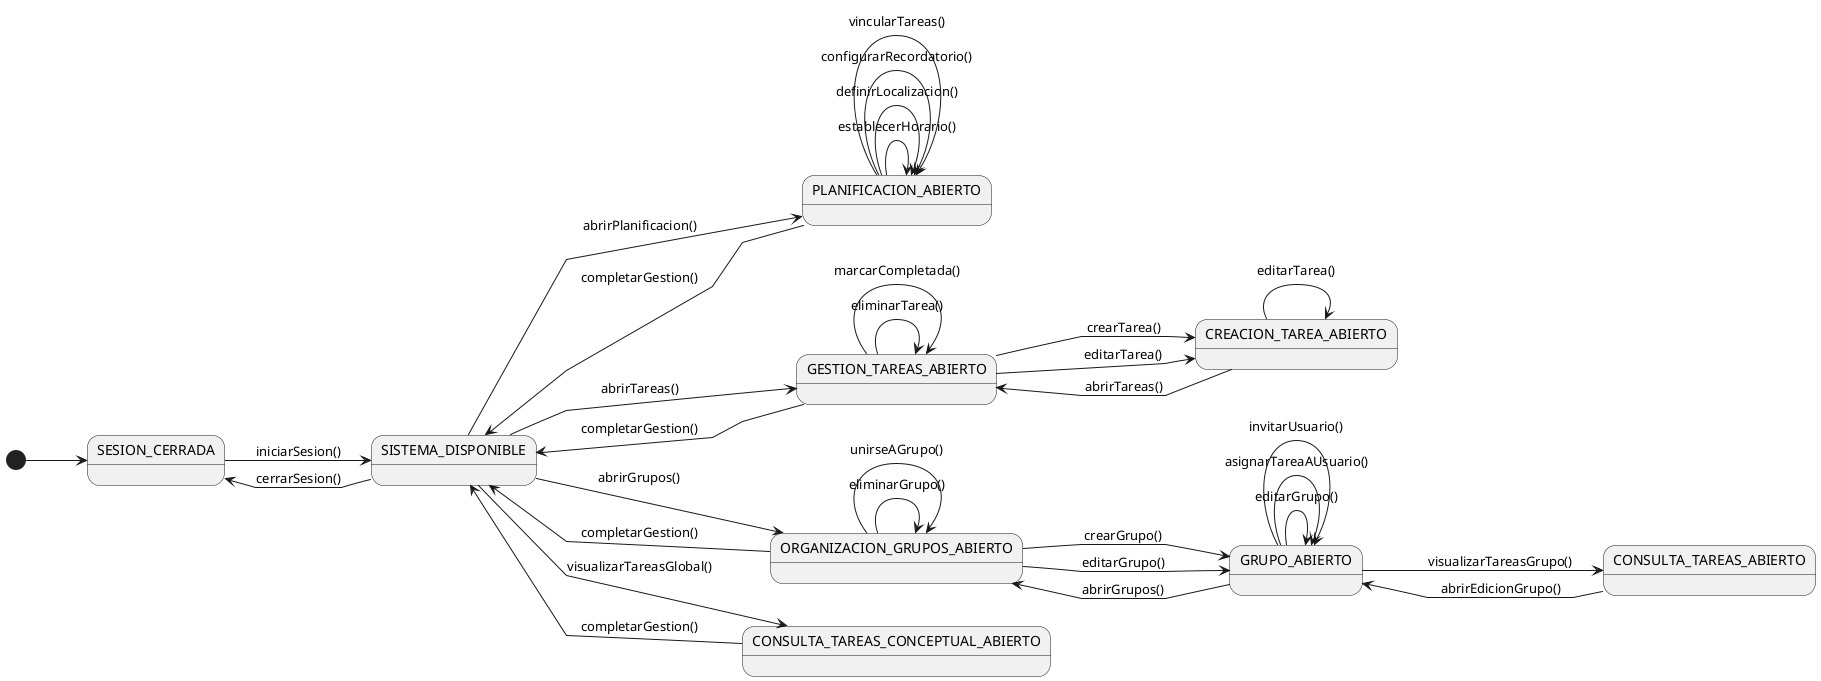
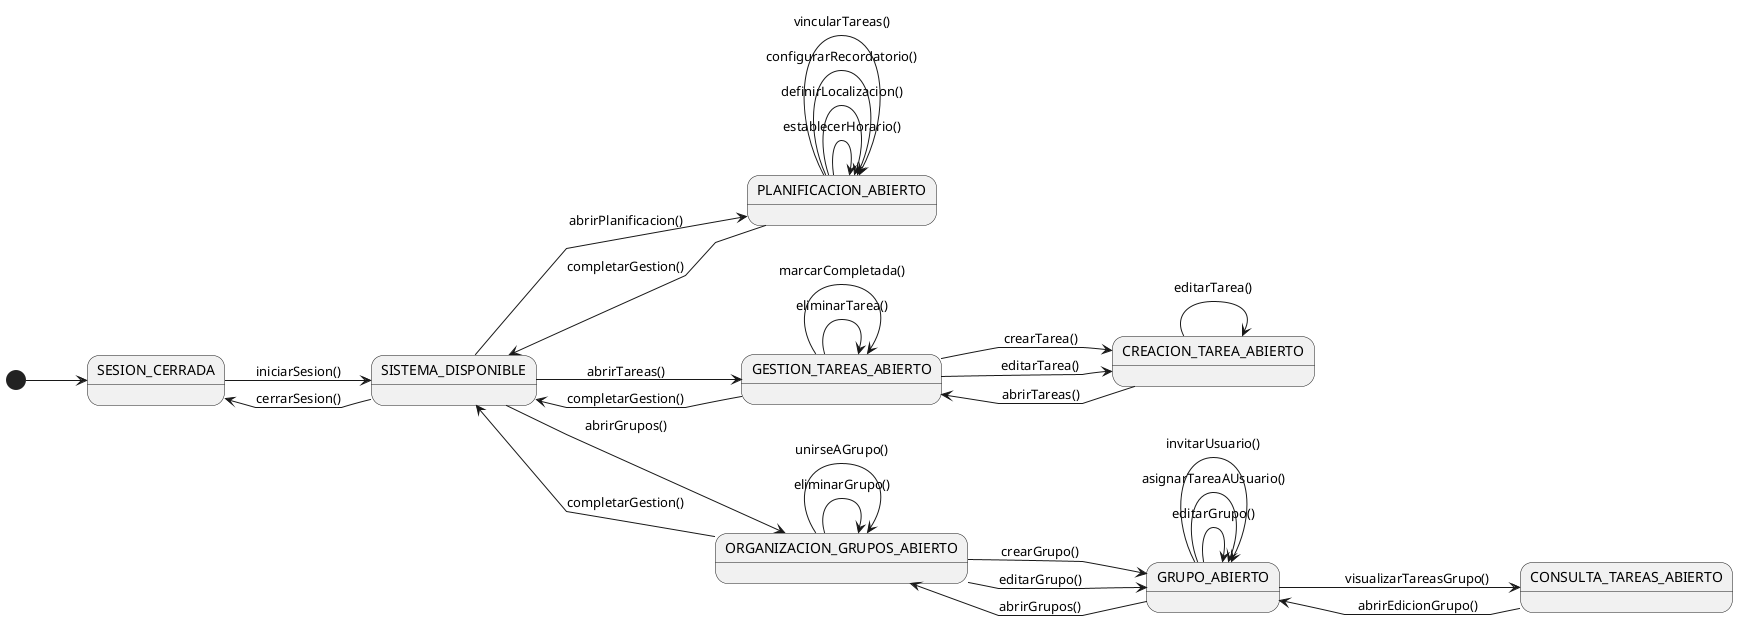
@startuml DiagramaContextoAdmin
left to right direction
skinparam linetype polyline

state "SESION_CERRADA" as NoAuth
state "SISTEMA_DISPONIBLE" as Menu

state "PLANIFICACION_ABIERTO" as Planificacion

state "GESTION_TAREAS_ABIERTO" as ListProgramas
state "CREACION_TAREA_ABIERTO" as EditPrograma

state "ORGANIZACION_GRUPOS_ABIERTO" as ListGrupos
state "GRUPO_ABIERTO" as EditGrupo
state "CONSULTA_TAREAS_ABIERTO" as EditConsultaTareas

- state "CONSULTA_TAREAS_CONCEPTUAL_ABIERTO" as ReadConsultaTareas

[*] --> NoAuth

NoAuth --> Menu : iniciarSesion()

Menu --> NoAuth : cerrarSesion()
Menu --> ListProgramas: abrirTareas()
Menu --> ListGrupos: abrirGrupos()
Menu --> Planificacion: abrirPlanificacion()
- Menu --> ReadConsultaTareas: visualizarTareasGlobal()

Planificacion --> Planificacion: establecerHorario()
Planificacion --> Planificacion: definirLocalizacion()
Planificacion --> Planificacion: configurarRecordatorio()
Planificacion --> Planificacion: vincularTareas()

ListProgramas --> EditPrograma: crearTarea()
ListProgramas --> EditPrograma: editarTarea()
ListProgramas --> ListProgramas: eliminarTarea()
ListProgramas --> ListProgramas: marcarCompletada()

EditPrograma --> EditPrograma: editarTarea()
EditPrograma --> ListProgramas: abrirTareas()

ListGrupos --> EditGrupo: crearGrupo()
ListGrupos --> EditGrupo: editarGrupo()
ListGrupos --> ListGrupos: eliminarGrupo()
ListGrupos --> ListGrupos: unirseAGrupo()

EditGrupo --> EditConsultaTareas: visualizarTareasGrupo()
EditGrupo --> ListGrupos: abrirGrupos()
EditGrupo --> EditGrupo: editarGrupo()
EditGrupo --> EditGrupo: asignarTareaAUsuario()
EditGrupo --> EditGrupo: invitarUsuario()

EditConsultaTareas --> EditGrupo: abrirEdicionGrupo()

ListProgramas --> Menu: completarGestion()
ListGrupos --> Menu: completarGestion()
Planificacion --> Menu: completarGestion()
- ReadConsultaTareas --> Menu: completarGestion()
@enduml